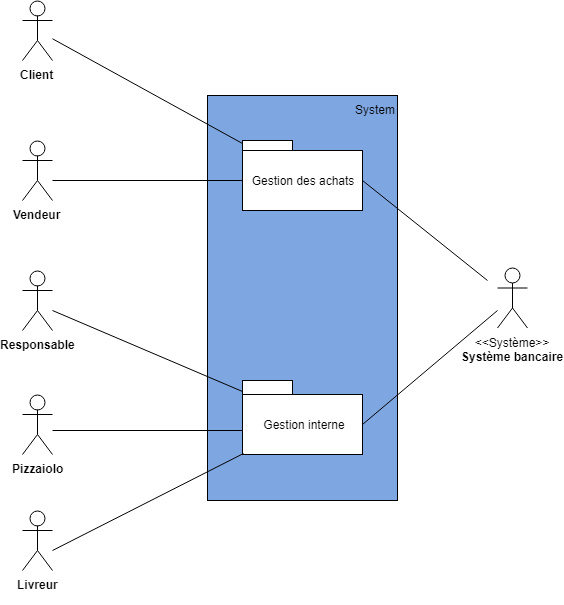
Earlier version of the draw.io export Diagrammes/Diagramme package.png (Siridian/OCPizzaSpecFonc). Source tidied: cells renumbered, new cells last; positions are measured from the earlier drawing's top-left corner, leaving out a move shared by most shapes.
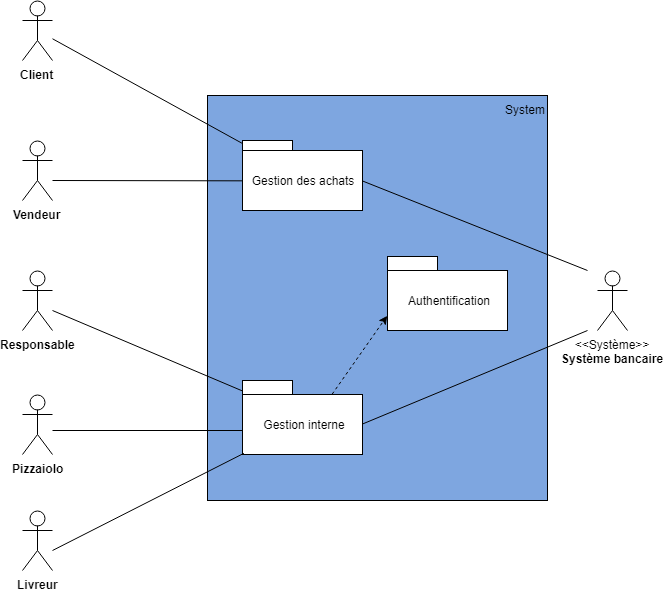
After the change.

Commit message:
text desc v2 + simplified diagrams + authentification package

Diff of the diagram source:
```diff
@@ -3,7 +3,7 @@
     <mxCell id="0" />
     <mxCell id="1" parent="0" />
     <mxCell id="2" value="&lt;div style=&quot;text-align: right&quot;&gt;&lt;span&gt;System&lt;/span&gt;&lt;/div&gt;" style="whiteSpace=wrap;html=1;horizontal=1;fillColor=#7EA6E0;verticalAlign=top;labelPosition=center;verticalLabelPosition=middle;align=right;spacingLeft=325;" parent="1" vertex="1">
-      <mxGeometry x="185" y="95" width="190" height="405" as="geometry" />
+      <mxGeometry x="185" y="95" width="340" height="405" as="geometry" />
     </mxCell>
     <mxCell id="3" value="&lt;b&gt;Client&lt;/b&gt;&lt;br&gt;" style="shape=umlActor;verticalLabelPosition=bottom;labelBackgroundColor=#ffffff;verticalAlign=top;html=1;outlineConnect=0;" parent="1" vertex="1">
       <mxGeometry width="30" height="60" as="geometry" />
@@ -33,7 +33,7 @@
       <mxGeometry x="220" y="380" width="50" height="14" as="geometry" />
     </mxCell>
     <mxCell id="12" value="&amp;lt;&amp;lt;Système&amp;gt;&amp;gt;&lt;br&gt;&lt;b&gt;Système bancaire&lt;br&gt;&lt;/b&gt;&lt;br&gt;" style="shape=umlActor;verticalLabelPosition=bottom;labelBackgroundColor=#ffffff;verticalAlign=top;html=1;" parent="1" vertex="1">
-      <mxGeometry x="475" y="267.5" width="30" height="60" as="geometry" />
+      <mxGeometry x="575" y="270" width="30" height="60" as="geometry" />
     </mxCell>
     <mxCell id="13" style="endArrow=none;html=1;entryX=0;entryY=0.5;entryDx=0;entryDy=0;endFill=0;" parent="1" edge="1" target="8">
       <mxGeometry relative="1" as="geometry">
@@ -61,13 +61,22 @@
     </mxCell>
     <mxCell id="18" style="endArrow=none;html=1;exitX=1;exitY=0.5;exitDx=0;exitDy=0;" parent="1" edge="1" source="10">
       <mxGeometry relative="1" as="geometry">
-        <mxPoint x="475" y="310" as="targetPoint" />
+        <mxPoint x="565" y="330" as="targetPoint" />
       </mxGeometry>
     </mxCell>
     <mxCell id="19" style="endArrow=none;html=1;exitX=1;exitY=0.5;exitDx=0;exitDy=0;" parent="1" edge="1" source="8">
       <mxGeometry relative="1" as="geometry">
-        <mxPoint x="465" y="280" as="targetPoint" />
+        <mxPoint x="565" y="270" as="targetPoint" />
       </mxGeometry>
     </mxCell>
+    <mxCell id="20" value="Authentification" style="rounded=0;whiteSpace=wrap;html=1;" parent="1" vertex="1">
+      <mxGeometry x="365" y="270" width="120" height="60" as="geometry" />
+    </mxCell>
+    <mxCell id="21" style="rounded=0;whiteSpace=wrap;html=1;" parent="1" vertex="1">
+      <mxGeometry x="365" y="256" width="50" height="14" as="geometry" />
+    </mxCell>
+    <mxCell id="22" style="endArrow=classic;dashed=1;html=1;exitX=0.75;exitY=0;exitDx=0;exitDy=0;entryX=0;entryY=0.75;entryDx=0;entryDy=0;endFill=1;" parent="1" edge="1" source="10" target="20">
+      <mxGeometry relative="1" as="geometry" />
+    </mxCell>
   </root>
 </mxGraphModel>
```
